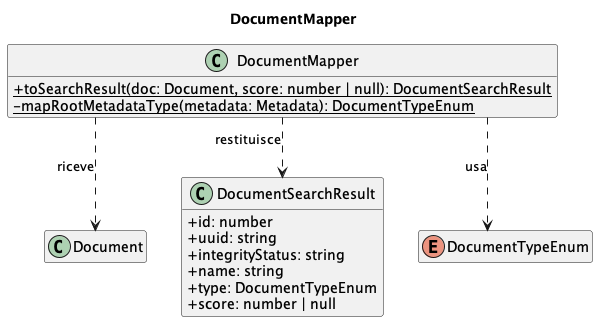
Before: out/3_PB/DocumentiEsterni/DiagrammiSpecificaTecnica/C4/C4_backend_Search/C4_backend_Search-14.png, a diagram exported from PlantUML (7-ZPUs/Docs).
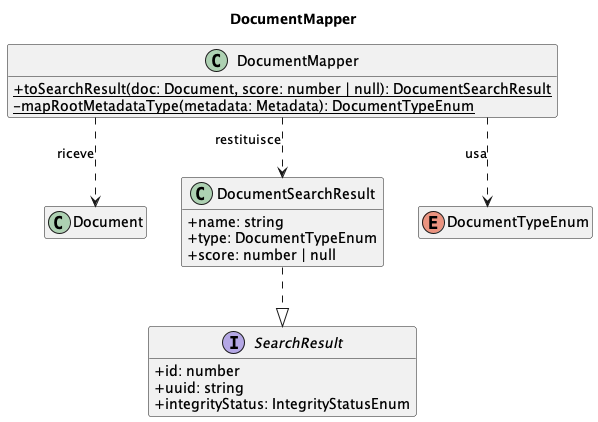
The same file after the commit.

Commit message:
Correzioni parte Search

The edit, as a diff of the source:
```diff
@@ -10,17 +10,20 @@
     - {static} mapRootMetadataType(metadata: Metadata): DocumentTypeEnum
 }
 class Document
-class DocumentSearchResult {
+interface SearchResult {
     + id: number
     + uuid: string
-    + integrityStatus: string
+    + integrityStatus: IntegrityStatusEnum
+}
+class DocumentSearchResult {
     + name: string
     + type: DocumentTypeEnum
     + score: number | null
 }
 enum DocumentTypeEnum
 
-DocumentMapper ..> Document           : riceve
+DocumentSearchResult ..|> SearchResult
+DocumentMapper ..> Document             : riceve
 DocumentMapper ..> DocumentSearchResult : restituisce
 DocumentMapper ..> DocumentTypeEnum     : usa
 
```
